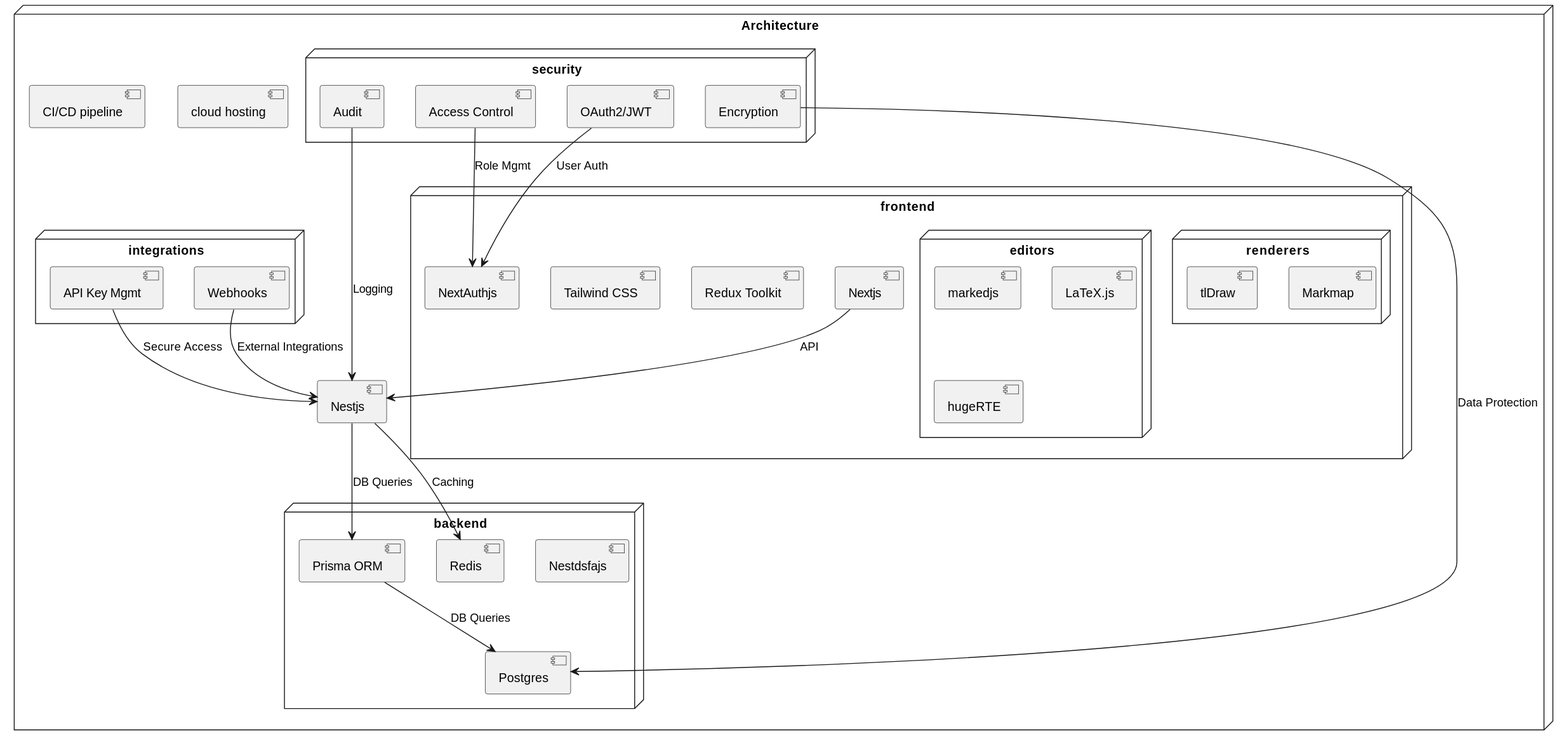
Earlier version of the PlantUML export img/arch.svg (pgaljan/atlas).
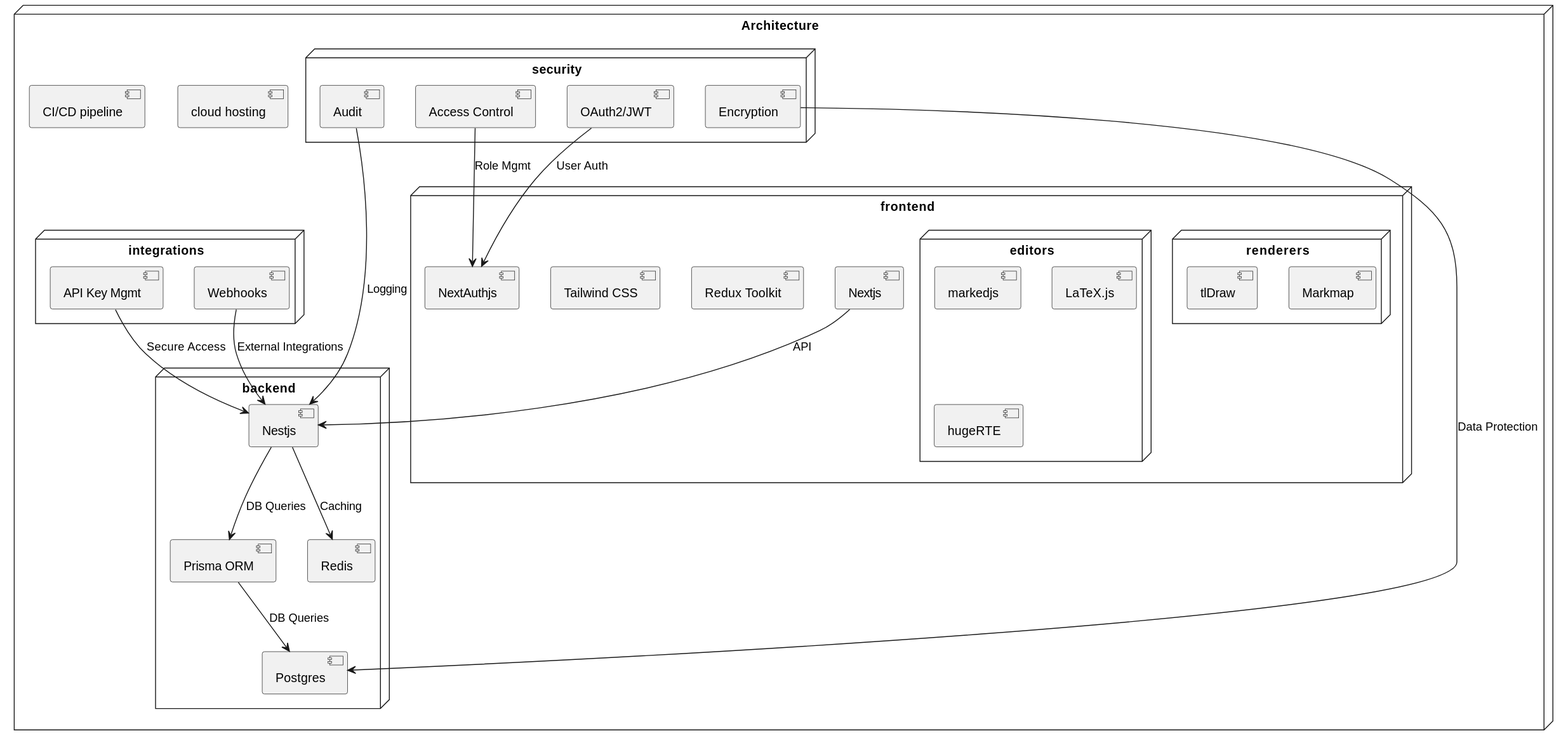
Above is the later version.

Commit message:
fix arch diag

What changed in the source:
```diff
@@ -25,7 +25,7 @@
         }
     }
     node "backend"{
-        [Nestdsfajs]
+        [Nestjs]
         [Prisma ORM]
         [Postgres]
         [Redis]
```
